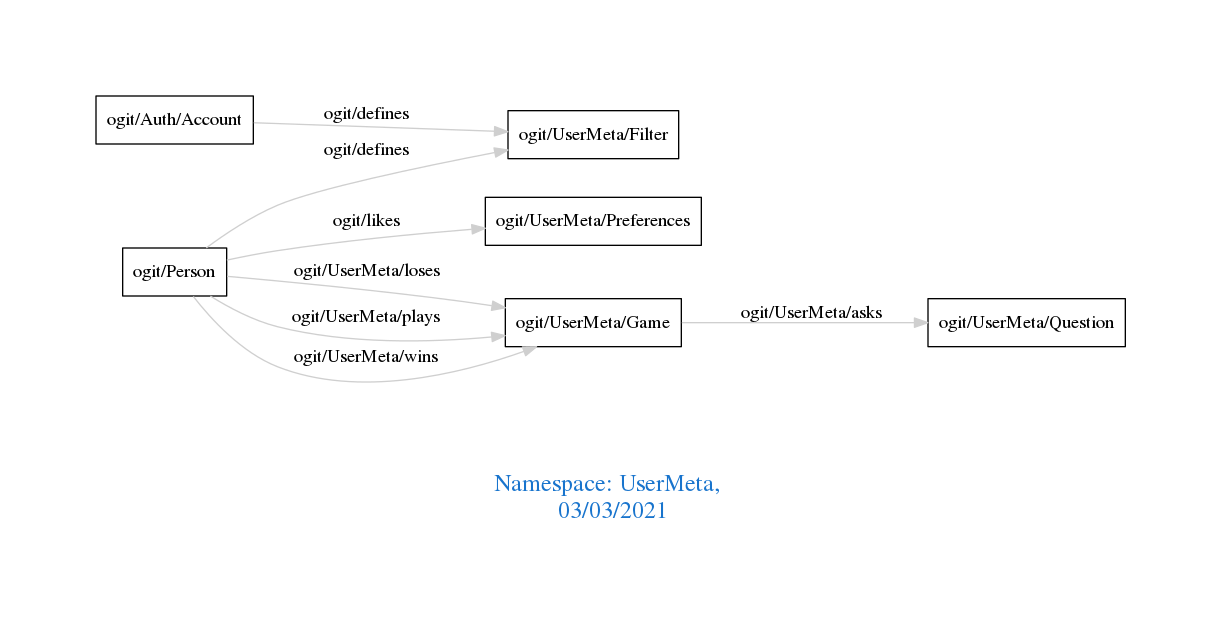
Earlier version of the Graphviz export downloads/UserMeta.png (arago/OGIT). Its source is kept beside it as downloads/UserMeta.dot.
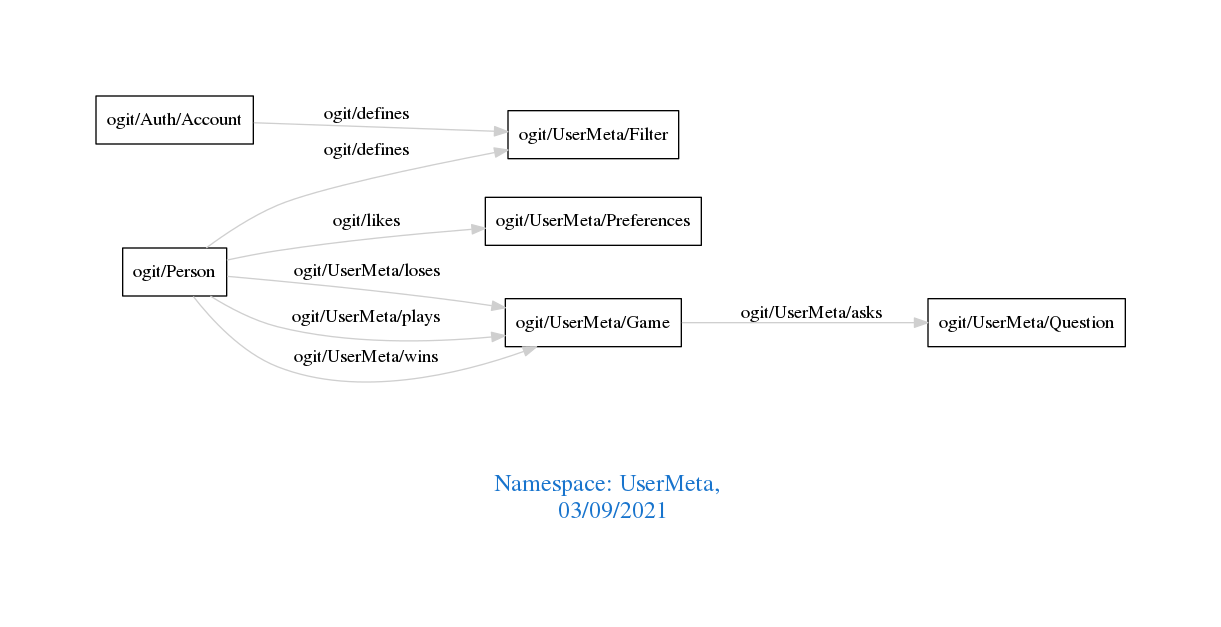
Above is the later version.

The edit, as a diff of the source:
```diff
@@ -1,7 +1,7 @@
 digraph OGIT_ontology {
  graph [ rankdir= LR,pad=1
 fontsize = 18,
-fontcolor= dodgerblue3,label = "\n\n\nNamespace: UserMeta, \n 03/03/2021"];
+fontcolor= dodgerblue3,label = "\n\n\nNamespace: UserMeta, \n 03/09/2021"];
 node[shape=polygon];
 edge [  color="gray81"];
 
```
